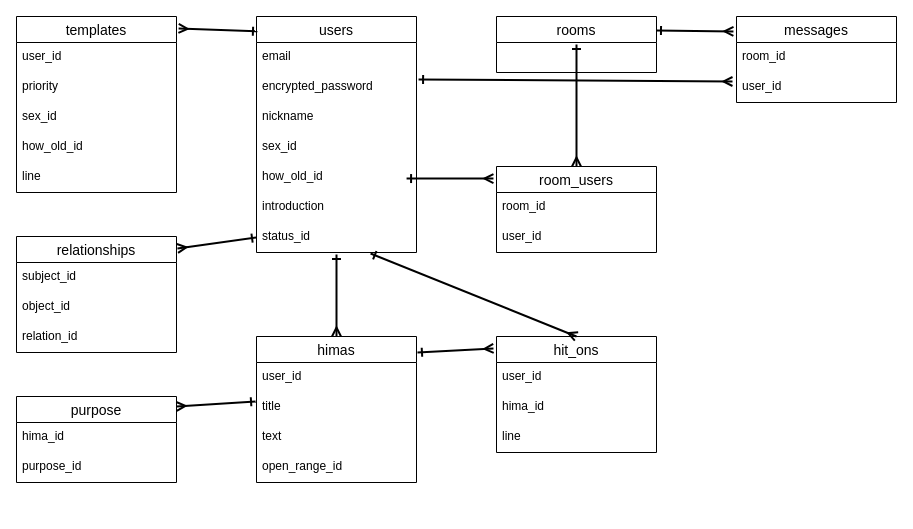
The draw.io diagram er.dio in 38752/pick_me_app, before the edit. Source tidied: cells renumbered, new cells numbered last; positions are measured from the earlier drawing's top-left corner, leaving out a move shared by most shapes. Both pictures are drawn from the tidied source at 100%, with x=0, y=0 at pixel (16, 16).
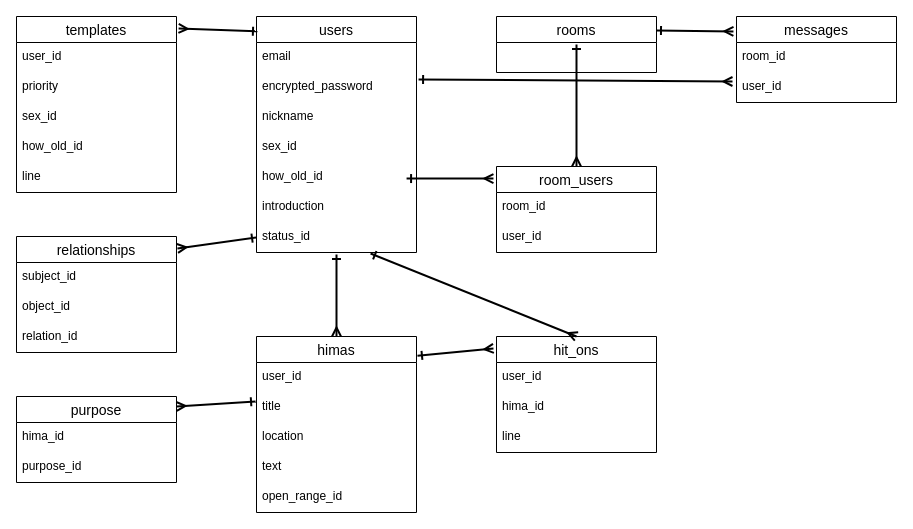
The same diagram, later.

Diff of the diagram source:
```diff
@@
     <mxCell id="17" value="himas" style="swimlane;fontStyle=0;horizontal=1;startSize=26;align=center;fontSize=14;" parent="1" vertex="1">
-      <mxGeometry x="240" y="320" width="160" height="146" as="geometry" />
+      <mxGeometry x="240" y="320" width="160" height="176" as="geometry" />
     </mxCell>
@@
+    <mxCell id="49" value="location" style="text;strokeColor=none;fillColor=none;spacingLeft=4;spacingRight=4;overflow=hidden;fontSize=12;" parent="17" vertex="1">
+      <mxGeometry y="86" width="160" height="30" as="geometry" />
+    </mxCell>
     <mxCell id="20" value="text" style="text;strokeColor=none;fillColor=none;spacingLeft=4;spacingRight=4;overflow=hidden;fontSize=12;" parent="17" vertex="1">
-      <mxGeometry y="86" width="160" height="30" as="geometry" />
+      <mxGeometry y="116" width="160" height="30" as="geometry" />
     </mxCell>
     <mxCell id="21" value="open_range_id" style="text;strokeColor=none;fillColor=none;spacingLeft=4;spacingRight=4;overflow=hidden;fontSize=12;" parent="17" vertex="1">
-      <mxGeometry y="116" width="160" height="30" as="geometry" />
+      <mxGeometry y="146" width="160" height="30" as="geometry" />
     </mxCell>
```
